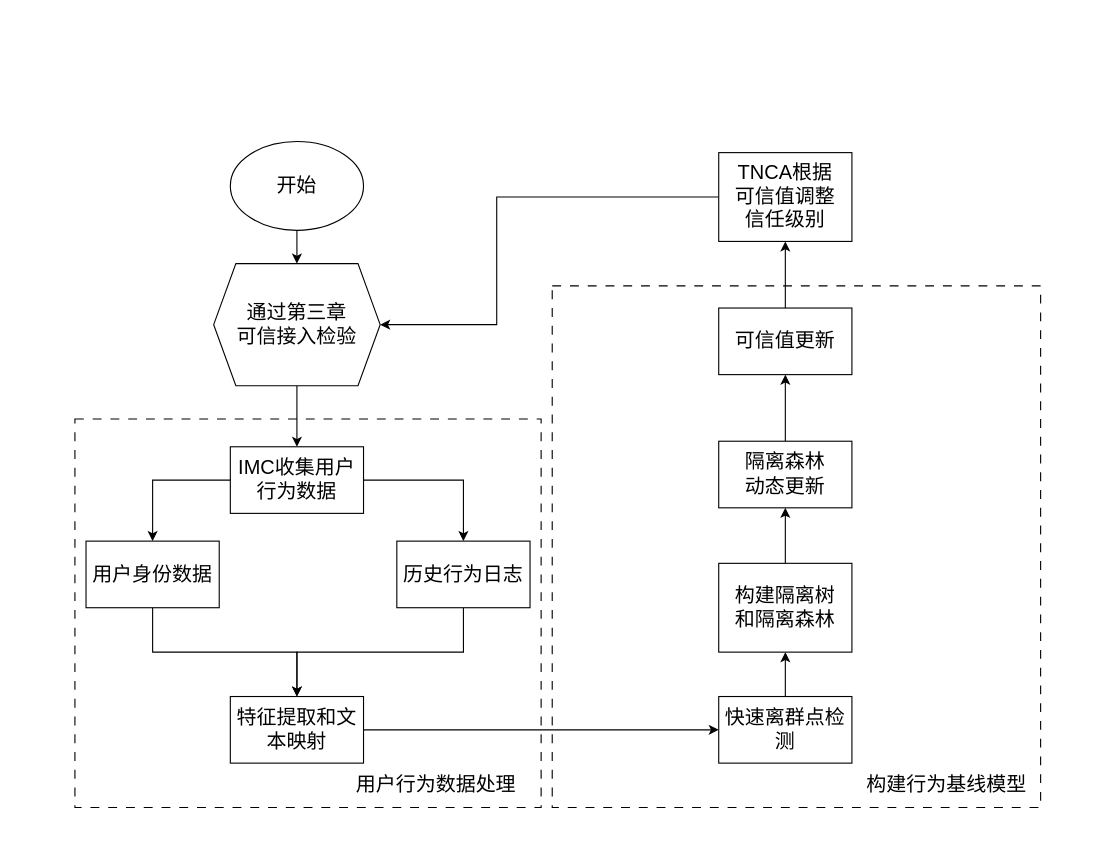
The draw.io diagram testDirectory/持续接入检验流程.drawio in Moose1273/-, before the edit. Source tidied: cells renumbered, new cells numbered last; positions are measured from the earlier drawing's top-left corner, leaving out a move shared by most shapes. Both pictures are drawn from the tidied source at 111%, with x=0, y=0 at pixel (74, 141).
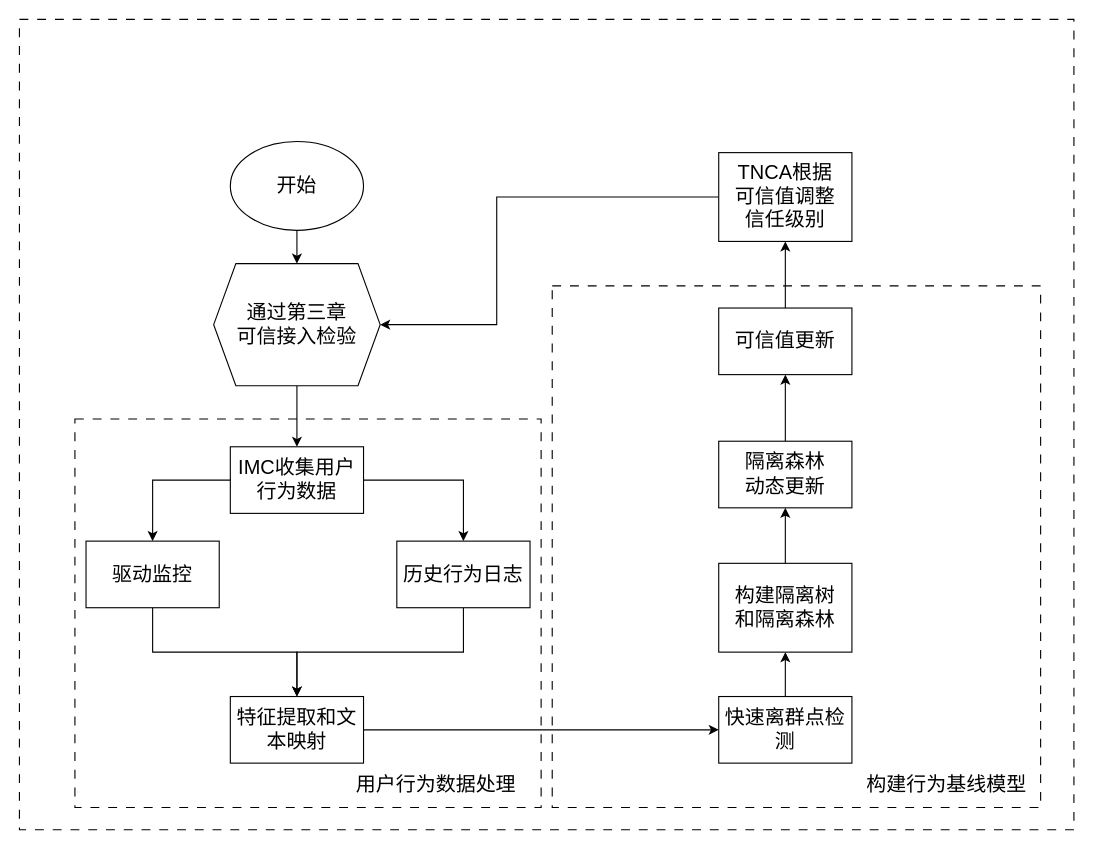
Above is the later version.

Commit message:
更新持续接入检验流程.drawio

The edit, as a diff of the source:
```diff
@@
+    <mxCell id="29" style="rounded=0;whiteSpace=wrap;html=1;dashed=1;dashPattern=8 8;" parent="1" vertex="1">
+      <mxGeometry x="-50" y="-110" width="950" height="730" as="geometry" />
+    </mxCell>
@@
-    <mxCell id="12" value="用户身份数据" style="whiteSpace=wrap;html=1;fontSize=18;" parent="1" vertex="1">
+    <mxCell id="12" value="驱动监控" style="whiteSpace=wrap;html=1;fontSize=18;" parent="1" vertex="1">
       <mxGeometry x="10" y="360" width="120" height="60" as="geometry" />
     </mxCell>
```
